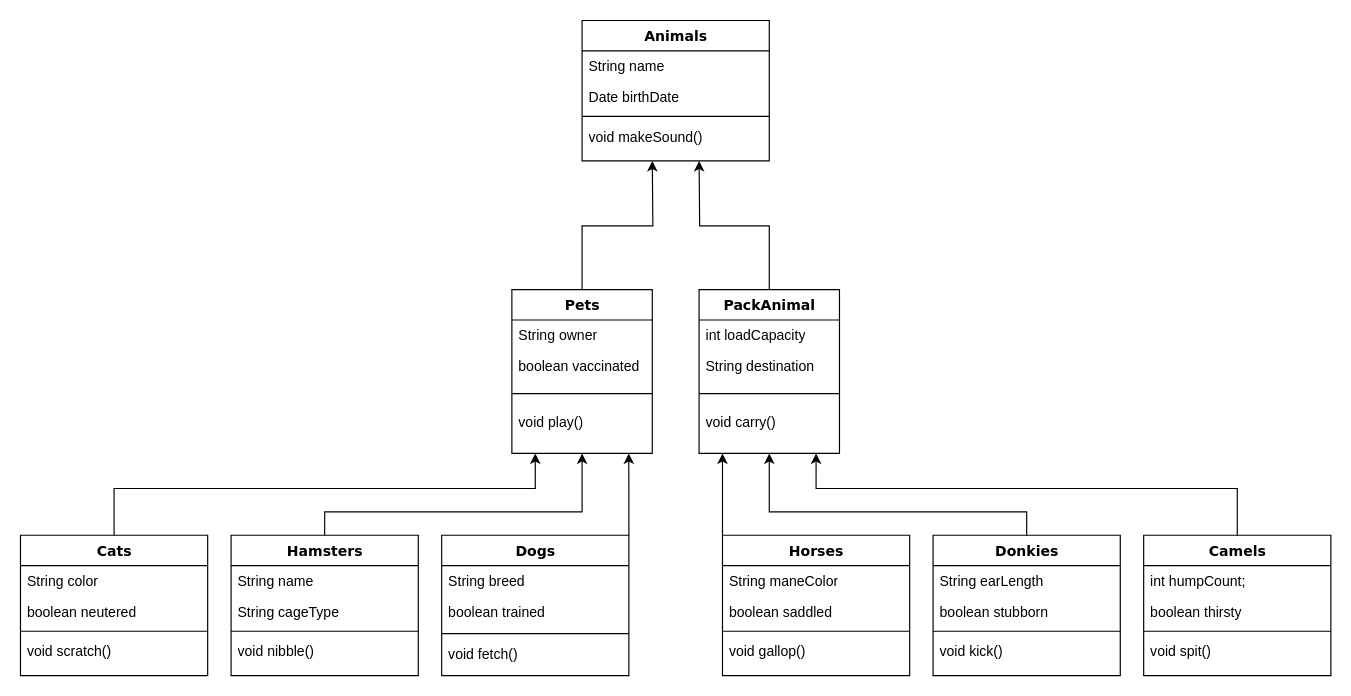
Above: digram.drawio in leg0staev/gb_final_work_1 (draw.io), before the change. Source tidied: cells renumbered, new cells numbered last; positions are measured from the earlier drawing's top-left corner, leaving out a move shared by most shapes. Both pictures are drawn from the tidied source at 117%, with x=0, y=0 at pixel (20, 20).
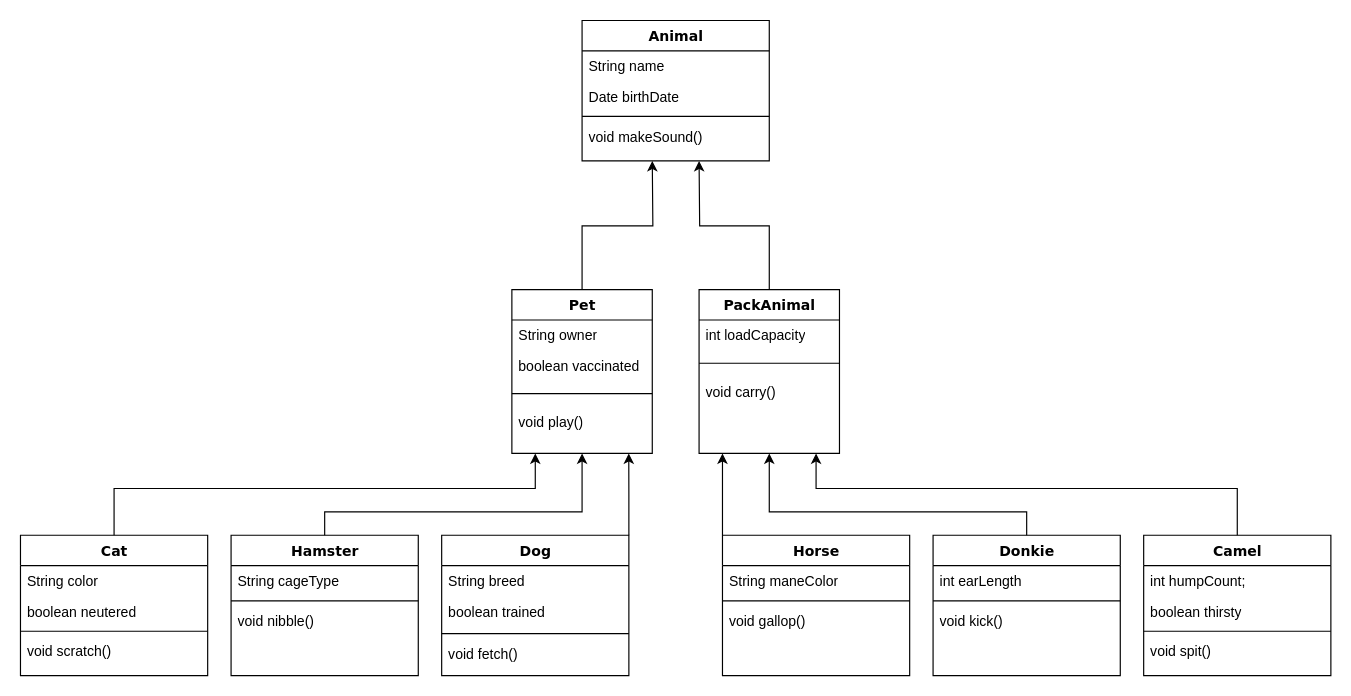
Above is the later version.

The change refers to these unchanged cells:
```xml
<mxCell id="14" value="PackAnimal" style="swimlane;html=1;fontStyle=1;align=center;verticalAlign=top;horizontal=1;startSize=26;swimlaneFillColor=#ffffff;rounded=0;shadow=0;comic=0;labelBackgroundColor=none;strokeWidth=1;fillColor=none;fontFamily=Verdana;fontSize=12;" parent="1" vertex="1">
  <mxGeometry x="580" y="230" width="120" height="140" as="geometry" />
</mxCell>
```

Change to the diagram source:
```diff
@@
-    <mxCell id="2" value="Animals" style="swimlane;html=1;fontStyle=1;align=center;verticalAlign=top;horizontal=1;startSize=26;swimlaneFillColor=#ffffff;rounded=0;shadow=0;comic=0;labelBackgroundColor=none;strokeWidth=1;fillColor=none;fontFamily=Verdana;fontSize=12;" parent="1" vertex="1">
+    <mxCell id="2" value="Animal" style="swimlane;html=1;fontStyle=1;align=center;verticalAlign=top;horizontal=1;startSize=26;swimlaneFillColor=#ffffff;rounded=0;shadow=0;comic=0;labelBackgroundColor=none;strokeWidth=1;fillColor=none;fontFamily=Verdana;fontSize=12;" parent="1" vertex="1">
       <mxGeometry x="480" width="160" height="120" as="geometry" />
     </mxCell>
@@
-    <mxCell id="8" value="Pets" style="swimlane;html=1;fontStyle=1;align=center;verticalAlign=top;horizontal=1;startSize=26;swimlaneFillColor=#ffffff;rounded=0;shadow=0;comic=0;labelBackgroundColor=none;strokeWidth=1;fillColor=none;fontFamily=Verdana;fontSize=12;" parent="1" vertex="1">
+    <mxCell id="8" value="Pet" style="swimlane;html=1;fontStyle=1;align=center;verticalAlign=top;horizontal=1;startSize=26;swimlaneFillColor=#ffffff;rounded=0;shadow=0;comic=0;labelBackgroundColor=none;strokeWidth=1;fillColor=none;fontFamily=Verdana;fontSize=12;" parent="1" vertex="1">
       <mxGeometry x="420" y="230" width="120" height="140" as="geometry" />
     </mxCell>
@@
-    <mxCell id="16" value="String destination" style="text;html=1;strokeColor=none;fillColor=none;align=left;verticalAlign=top;spacingLeft=4;spacingRight=4;whiteSpace=wrap;overflow=hidden;" parent="14" vertex="1">
-      <mxGeometry y="52" width="120" height="26" as="geometry" />
-    </mxCell>
     <mxCell id="17" style="line;html=1;strokeWidth=1;fillColor=none;align=left;verticalAlign=middle;spacingTop=-1;spacingLeft=3;spacingRight=3;labelPosition=right;" parent="14" vertex="1">
-      <mxGeometry y="78" width="120" height="22" as="geometry" />
+      <mxGeometry y="52" width="120" height="22" as="geometry" />
     </mxCell>
     <mxCell id="18" value="void carry()" style="text;html=1;strokeColor=none;fillColor=none;align=left;verticalAlign=top;spacingLeft=4;spacingRight=4;whiteSpace=wrap;overflow=hidden;" parent="14" vertex="1">
-      <mxGeometry y="100" width="120" height="26" as="geometry" />
+      <mxGeometry y="74" width="120" height="26" as="geometry" />
     </mxCell>
@@
-    <mxCell id="20" value="Dogs" style="swimlane;html=1;fontStyle=1;align=center;verticalAlign=top;horizontal=1;startSize=26;swimlaneFillColor=#ffffff;rounded=0;shadow=0;comic=0;labelBackgroundColor=none;strokeWidth=1;fillColor=none;fontFamily=Verdana;fontSize=12;" parent="1" vertex="1">
+    <mxCell id="20" value="Dog" style="swimlane;html=1;fontStyle=1;align=center;verticalAlign=top;horizontal=1;startSize=26;swimlaneFillColor=#ffffff;rounded=0;shadow=0;comic=0;labelBackgroundColor=none;strokeWidth=1;fillColor=none;fontFamily=Verdana;fontSize=12;" parent="1" vertex="1">
       <mxGeometry x="360" y="440" width="160" height="120" as="geometry" />
     </mxCell>
@@
-    <mxCell id="26" value="Hamsters" style="swimlane;html=1;fontStyle=1;align=center;verticalAlign=top;horizontal=1;startSize=26;swimlaneFillColor=#ffffff;rounded=0;shadow=0;comic=0;labelBackgroundColor=none;strokeWidth=1;fillColor=none;fontFamily=Verdana;fontSize=12;" parent="1" vertex="1">
+    <mxCell id="26" value="Hamster" style="swimlane;html=1;fontStyle=1;align=center;verticalAlign=top;horizontal=1;startSize=26;swimlaneFillColor=#ffffff;rounded=0;shadow=0;comic=0;labelBackgroundColor=none;strokeWidth=1;fillColor=none;fontFamily=Verdana;fontSize=12;" parent="1" vertex="1">
       <mxGeometry x="180" y="440" width="160" height="120" as="geometry" />
     </mxCell>
-    <mxCell id="27" value="String name" style="text;html=1;strokeColor=none;fillColor=none;align=left;verticalAlign=top;spacingLeft=4;spacingRight=4;whiteSpace=wrap;overflow=hidden;" parent="26" vertex="1">
-      <mxGeometry y="26" width="160" height="26" as="geometry" />
-    </mxCell>
     <mxCell id="28" value="String cageType" style="text;html=1;strokeColor=none;fillColor=none;align=left;verticalAlign=top;spacingLeft=4;spacingRight=4;whiteSpace=wrap;overflow=hidden;" parent="26" vertex="1">
-      <mxGeometry y="52" width="160" height="26" as="geometry" />
+      <mxGeometry y="26" width="160" height="26" as="geometry" />
     </mxCell>
     <mxCell id="29" style="line;html=1;strokeWidth=1;fillColor=none;align=left;verticalAlign=middle;spacingTop=-1;spacingLeft=3;spacingRight=3;labelPosition=right;" parent="26" vertex="1">
-      <mxGeometry y="78" width="160" height="8" as="geometry" />
+      <mxGeometry y="52" width="160" height="8" as="geometry" />
     </mxCell>
     <mxCell id="30" value="void nibble()" style="text;html=1;strokeColor=none;fillColor=none;align=left;verticalAlign=top;spacingLeft=4;spacingRight=4;whiteSpace=wrap;overflow=hidden;" parent="26" vertex="1">
-      <mxGeometry y="86" width="160" height="26" as="geometry" />
+      <mxGeometry y="60" width="160" height="26" as="geometry" />
     </mxCell>
@@
-    <mxCell id="32" value="Cats" style="swimlane;html=1;fontStyle=1;align=center;verticalAlign=top;horizontal=1;startSize=26;swimlaneFillColor=#ffffff;rounded=0;shadow=0;comic=0;labelBackgroundColor=none;strokeWidth=1;fillColor=none;fontFamily=Verdana;fontSize=12;" parent="1" vertex="1">
+    <mxCell id="32" value="Cat" style="swimlane;html=1;fontStyle=1;align=center;verticalAlign=top;horizontal=1;startSize=26;swimlaneFillColor=#ffffff;rounded=0;shadow=0;comic=0;labelBackgroundColor=none;strokeWidth=1;fillColor=none;fontFamily=Verdana;fontSize=12;" parent="1" vertex="1">
       <mxGeometry y="440" width="160" height="120" as="geometry" />
     </mxCell>
@@
-    <mxCell id="38" value="Camels" style="swimlane;html=1;fontStyle=1;align=center;verticalAlign=top;horizontal=1;startSize=26;swimlaneFillColor=#ffffff;rounded=0;shadow=0;comic=0;labelBackgroundColor=none;strokeWidth=1;fillColor=none;fontFamily=Verdana;fontSize=12;" parent="1" vertex="1">
+    <mxCell id="38" value="Camel" style="swimlane;html=1;fontStyle=1;align=center;verticalAlign=top;horizontal=1;startSize=26;swimlaneFillColor=#ffffff;rounded=0;shadow=0;comic=0;labelBackgroundColor=none;strokeWidth=1;fillColor=none;fontFamily=Verdana;fontSize=12;" parent="1" vertex="1">
       <mxGeometry x="960" y="440" width="160" height="120" as="geometry" />
     </mxCell>
@@
-    <mxCell id="44" value="Donkies" style="swimlane;html=1;fontStyle=1;align=center;verticalAlign=top;horizontal=1;startSize=26;swimlaneFillColor=#ffffff;rounded=0;shadow=0;comic=0;labelBackgroundColor=none;strokeWidth=1;fillColor=none;fontFamily=Verdana;fontSize=12;" parent="1" vertex="1">
+    <mxCell id="44" value="Donkie" style="swimlane;html=1;fontStyle=1;align=center;verticalAlign=top;horizontal=1;startSize=26;swimlaneFillColor=#ffffff;rounded=0;shadow=0;comic=0;labelBackgroundColor=none;strokeWidth=1;fillColor=none;fontFamily=Verdana;fontSize=12;" parent="1" vertex="1">
       <mxGeometry x="780" y="440" width="160" height="120" as="geometry" />
     </mxCell>
-    <mxCell id="45" value="String earLength" style="text;html=1;strokeColor=none;fillColor=none;align=left;verticalAlign=top;spacingLeft=4;spacingRight=4;whiteSpace=wrap;overflow=hidden;" parent="44" vertex="1">
+    <mxCell id="45" value="int earLength" style="text;html=1;strokeColor=none;fillColor=none;align=left;verticalAlign=top;spacingLeft=4;spacingRight=4;whiteSpace=wrap;overflow=hidden;" parent="44" vertex="1">
       <mxGeometry y="26" width="160" height="26" as="geometry" />
     </mxCell>
-    <mxCell id="46" value="boolean stubborn" style="text;html=1;strokeColor=none;fillColor=none;align=left;verticalAlign=top;spacingLeft=4;spacingRight=4;whiteSpace=wrap;overflow=hidden;" parent="44" vertex="1">
-      <mxGeometry y="52" width="160" height="26" as="geometry" />
-    </mxCell>
     <mxCell id="47" style="line;html=1;strokeWidth=1;fillColor=none;align=left;verticalAlign=middle;spacingTop=-1;spacingLeft=3;spacingRight=3;labelPosition=right;" parent="44" vertex="1">
-      <mxGeometry y="78" width="160" height="8" as="geometry" />
+      <mxGeometry y="52" width="160" height="8" as="geometry" />
     </mxCell>
     <mxCell id="48" value="void kick()" style="text;html=1;strokeColor=none;fillColor=none;align=left;verticalAlign=top;spacingLeft=4;spacingRight=4;whiteSpace=wrap;overflow=hidden;" parent="44" vertex="1">
-      <mxGeometry y="86" width="160" height="26" as="geometry" />
+      <mxGeometry y="60" width="160" height="26" as="geometry" />
     </mxCell>
@@
-    <mxCell id="50" value="Horses" style="swimlane;html=1;fontStyle=1;align=center;verticalAlign=top;horizontal=1;startSize=26;swimlaneFillColor=#ffffff;rounded=0;shadow=0;comic=0;labelBackgroundColor=none;strokeWidth=1;fillColor=none;fontFamily=Verdana;fontSize=12;" parent="1" vertex="1">
+    <mxCell id="50" value="Horse&lt;div&gt;&lt;br/&gt;&lt;/div&gt;" style="swimlane;html=1;fontStyle=1;align=center;verticalAlign=top;horizontal=1;startSize=26;swimlaneFillColor=#ffffff;rounded=0;shadow=0;comic=0;labelBackgroundColor=none;strokeWidth=1;fillColor=none;fontFamily=Verdana;fontSize=12;" parent="1" vertex="1">
       <mxGeometry x="600" y="440" width="160" height="120" as="geometry" />
     </mxCell>
@@
-    <mxCell id="52" value="boolean saddled" style="text;html=1;strokeColor=none;fillColor=none;align=left;verticalAlign=top;spacingLeft=4;spacingRight=4;whiteSpace=wrap;overflow=hidden;" parent="50" vertex="1">
-      <mxGeometry y="52" width="160" height="26" as="geometry" />
-    </mxCell>
     <mxCell id="53" style="line;html=1;strokeWidth=1;fillColor=none;align=left;verticalAlign=middle;spacingTop=-1;spacingLeft=3;spacingRight=3;labelPosition=right;" parent="50" vertex="1">
-      <mxGeometry y="78" width="160" height="8" as="geometry" />
+      <mxGeometry y="52" width="160" height="8" as="geometry" />
     </mxCell>
     <mxCell id="54" value="void gallop()" style="text;html=1;strokeColor=none;fillColor=none;align=left;verticalAlign=top;spacingLeft=4;spacingRight=4;whiteSpace=wrap;overflow=hidden;" parent="50" vertex="1">
-      <mxGeometry y="86" width="160" height="26" as="geometry" />
+      <mxGeometry y="60" width="160" height="26" as="geometry" />
     </mxCell>
```
